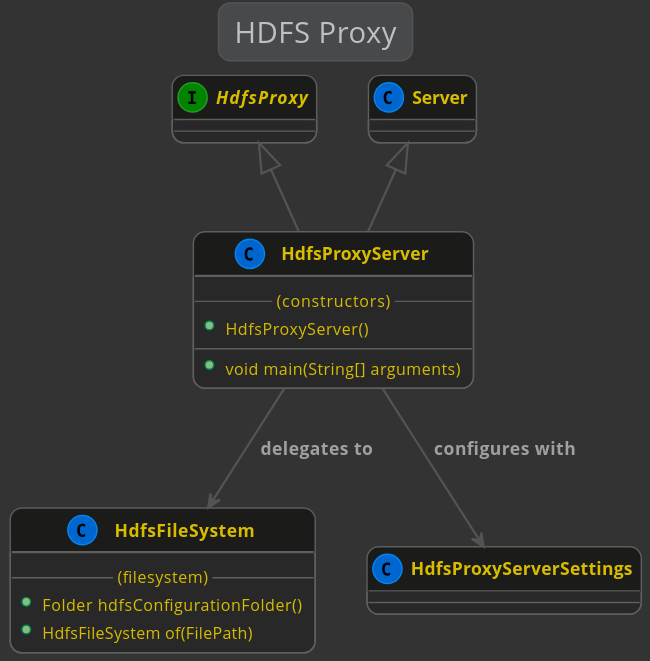
Telenav/kivakit keeps this PlantUML diagram as kivakit-filesystems/hdfs-proxy/documentation/diagrams/diagram-hdfs-proxy.svg. Above is the earlier version. The source it was exported from:
```plantuml
@startuml

    !include ../lexakai.theme

    title "HDFS Proxy"

    interface HdfsProxy

    class HdfsFileSystem
    {
        --(filesystem)--
        +Folder hdfsConfigurationFolder()
        +HdfsFileSystem of(FilePath)
    }

    Server <|-- HdfsProxyServer
    HdfsProxy <|-- HdfsProxyServer
    HdfsProxyServer --> HdfsFileSystem : "delegates to"
    HdfsProxyServer --> HdfsProxyServerSettings : "configures with"
    class HdfsProxyServer
    {
        --(constructors)--
        +HdfsProxyServer()
        --
        +void main(String[] arguments)
    }

    class HdfsProxyServerSettings
    {
    }

@enduml
```
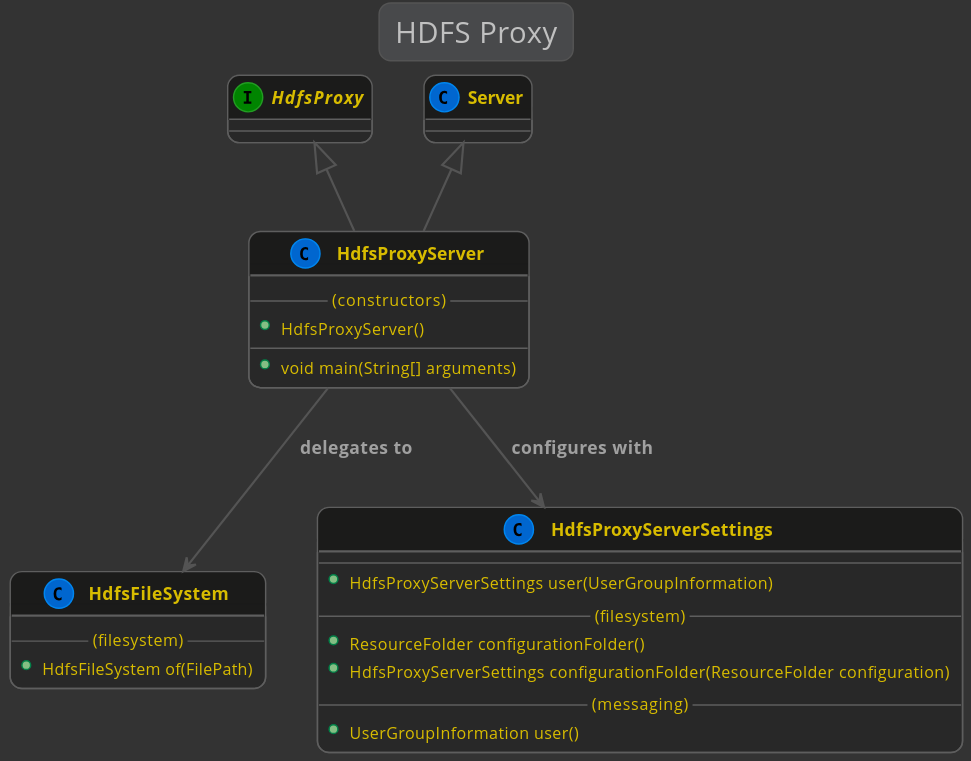
The same file after the commit.

The edit, as a diff of the source:
```diff
@@ -9,7 +9,6 @@
     class HdfsFileSystem
     {
         --(filesystem)--
-        +Folder hdfsConfigurationFolder()
         +HdfsFileSystem of(FilePath)
     }
 
@@ -27,6 +26,13 @@
 
     class HdfsProxyServerSettings
     {
+        --
+        +HdfsProxyServerSettings user(UserGroupInformation)
+        --(filesystem)--
+        +ResourceFolder configurationFolder()
+        +HdfsProxyServerSettings configurationFolder(ResourceFolder configuration)
+        --(messaging)--
+        +UserGroupInformation user()
     }
 
 @enduml
```
